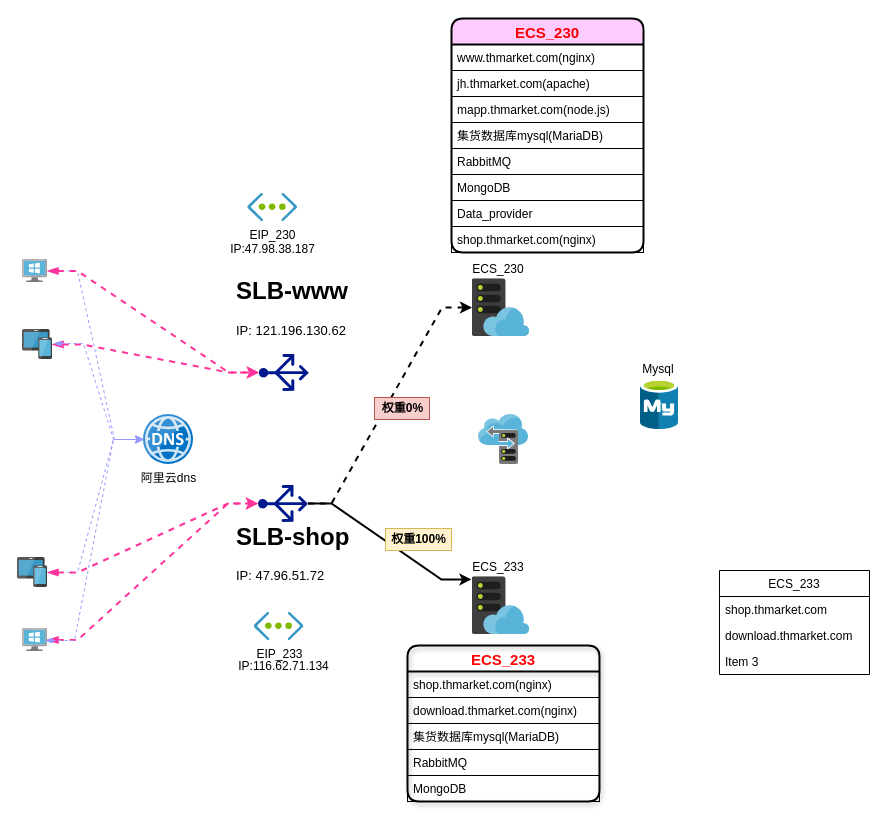
This is draw-Files/Untitled Diagram.drawio from zhml8951/tianhuan, a draw.io file, before an edit. Source tidied: cells renumbered, new cells numbered last; positions are measured from the earlier drawing's top-left corner, leaving out a move shared by most shapes. Both pictures are drawn from the tidied source at 100%, with x=0, y=0 at pixel (17, 18).
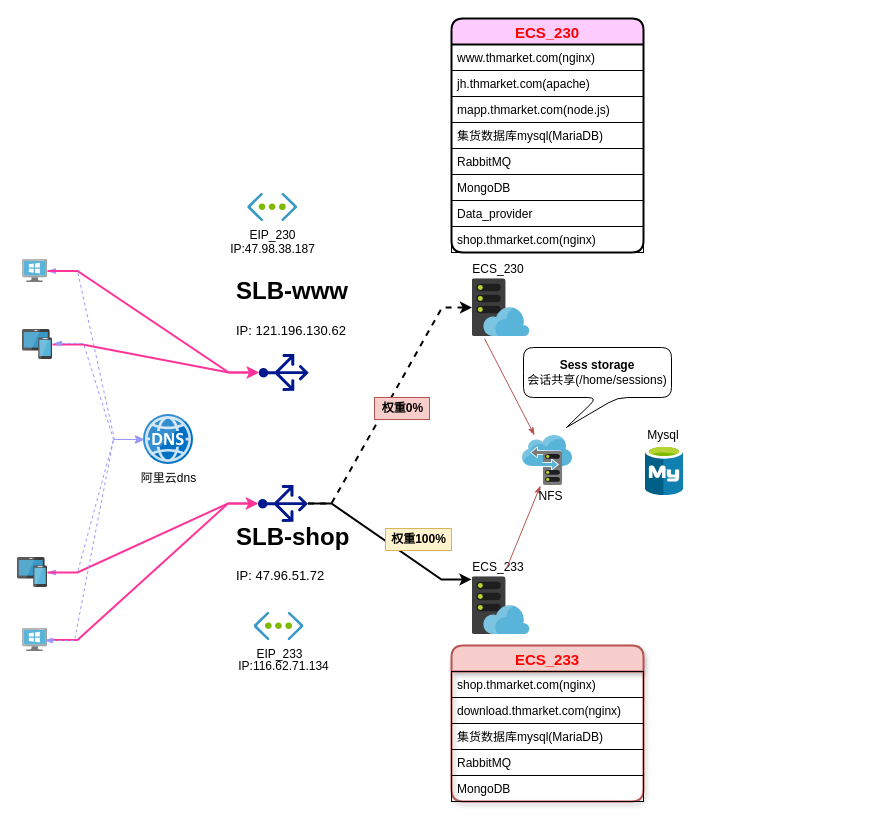
After the change.

The change refers to these unchanged cells:
```xml
<mxCell id="3" style="html=1;points=[];align=center;image;fontSize=12;image=img/lib/mscae/WebHosting.svg;" parent="2" vertex="1">
  <mxGeometry x="7" y="19.2" width="57.8" height="57.8" as="geometry" />
</mxCell>
<mxCell id="10" style="shadow=0;dashed=0;html=1;strokeColor=none;labelPosition=center;verticalLabelPosition=bottom;verticalAlign=top;align=center;fillColor=#00188D;shape=mxgraph.azure.load_balancer_generic;rounded=1;glass=0;comic=0;labelBackgroundColor=none;fontSize=15;fontColor=#FF0000;rotation=-90;" parent="1" vertex="1">
  <mxGeometry x="247" y="460" width="37" height="50" as="geometry" />
</mxCell>
<mxCell id="15" style="shadow=0;dashed=0;html=1;strokeColor=none;labelPosition=center;verticalLabelPosition=bottom;verticalAlign=top;align=center;fillColor=#00188D;shape=mxgraph.azure.load_balancer_generic;rounded=1;glass=0;comic=0;labelBackgroundColor=none;fontSize=15;fontColor=#FF0000;rotation=-90;" parent="1" vertex="1">
  <mxGeometry x="247.8" y="329" width="37" height="50" as="geometry" />
</mxCell>
<mxCell id="30" style="html=1;points=[];align=center;image;fontSize=12;image=img/lib/mscae/VirtualMachineWindows.svg;" parent="1" vertex="1">
  <mxGeometry x="5" y="241" width="25" height="23" as="geometry" />
</mxCell>
<mxCell id="32" style="html=1;points=[];align=center;image;fontSize=12;image=img/lib/mscae/Devices_Groups.svg;" parent="1" vertex="1">
  <mxGeometry x="5" y="311" width="30" height="30" as="geometry" />
</mxCell>
<mxCell id="34" style="html=1;points=[];align=center;image;fontSize=12;image=img/lib/mscae/VirtualMachineWindows.svg;" parent="1" vertex="1">
  <mxGeometry x="5" y="610" width="25" height="23" as="geometry" />
</mxCell>
<mxCell id="37" style="html=1;points=[];align=center;image;fontSize=12;image=img/lib/mscae/Devices_Groups.svg;" parent="1" vertex="1">
  <mxGeometry y="539" width="30" height="30" as="geometry" />
</mxCell>
```

The edit, as a diff of the source:
```diff
@@
     <mxCell id="5" style="group;" parent="1" vertex="1">
-      <mxGeometry x="621" y="341" width="40" height="70" as="geometry" />
+      <mxGeometry x="626" y="407" width="40" height="70" as="geometry" />
     </mxCell>
@@
-    <mxCell id="18" value="ECS_233" style="swimlane;fontStyle=0;horizontal=1;startSize=26;fillColor=none;" parent="1" vertex="1">
-      <mxGeometry x="702" y="552" width="150" height="104" as="geometry" />
-    </mxCell>
-    <mxCell id="19" value="shop.thmarket.com" style="text;strokeColor=none;fillColor=none;align=left;verticalAlign=top;spacingLeft=4;spacingRight=4;overflow=hidden;" parent="18" vertex="1">
-      <mxGeometry y="26" width="150" height="26" as="geometry" />
-    </mxCell>
-    <mxCell id="20" value="download.thmarket.com" style="text;strokeColor=none;fillColor=none;align=left;verticalAlign=top;spacingLeft=4;spacingRight=4;overflow=hidden;" parent="18" vertex="1">
-      <mxGeometry y="52" width="150" height="26" as="geometry" />
-    </mxCell>
-    <mxCell id="21" value="Item 3" style="text;strokeColor=none;fillColor=none;align=left;verticalAlign=top;spacingLeft=4;spacingRight=4;overflow=hidden;" parent="18" vertex="1">
-      <mxGeometry y="78" width="150" height="26" as="geometry" />
-    </mxCell>
-    <mxCell id="22" value="ECS_233" style="swimlane;fontStyle=1;horizontal=1;startSize=26;fillColor=none;rounded=1;glass=0;shadow=1;comic=0;strokeWidth=2;swimlaneFillColor=none;fontColor=#FF0000;fontSize=15;" parent="1" vertex="1">
-      <mxGeometry x="390" y="627" width="192" height="156" as="geometry" />
-    </mxCell>
-    <mxCell id="23" value="shop.thmarket.com(nginx)" style="text;strokeColor=#000000;fillColor=none;align=left;verticalAlign=top;spacingLeft=4;spacingRight=4;overflow=hidden;labelBorderColor=none;labelBackgroundColor=none;" parent="22" vertex="1">
-      <mxGeometry y="26" width="192" height="26" as="geometry" />
-    </mxCell>
-    <mxCell id="24" value="download.thmarket.com(nginx)" style="text;strokeColor=#000000;fillColor=none;align=left;verticalAlign=top;spacingLeft=4;spacingRight=4;overflow=hidden;" parent="22" vertex="1">
-      <mxGeometry y="52" width="192" height="26" as="geometry" />
-    </mxCell>
-    <mxCell id="25" value="集货数据库mysql(MariaDB)" style="text;strokeColor=#000000;fillColor=none;align=left;verticalAlign=top;spacingLeft=4;spacingRight=4;overflow=hidden;" parent="22" vertex="1">
-      <mxGeometry y="78" width="192" height="26" as="geometry" />
-    </mxCell>
-    <mxCell id="26" value="RabbitMQ" style="text;strokeColor=#000000;fillColor=none;align=left;verticalAlign=top;spacingLeft=4;spacingRight=4;overflow=hidden;" parent="22" vertex="1">
-      <mxGeometry y="104" width="192" height="26" as="geometry" />
-    </mxCell>
-    <mxCell id="27" value="MongoDB" style="text;strokeColor=#000000;fillColor=none;align=left;verticalAlign=top;spacingLeft=4;spacingRight=4;overflow=hidden;" parent="22" vertex="1">
-      <mxGeometry y="130" width="192" height="26" as="geometry" />
-    </mxCell>
@@
-    <mxCell id="29" style="edgeStyle=entityRelationEdgeStyle;rounded=0;jettySize=auto;html=1;entryX=0.5;entryY=0;entryDx=0;entryDy=0;entryPerimeter=0;dashed=1;startArrow=blockThin;startFill=1;strokeWidth=2;strokeColor=#FF3399;" parent="1" edge="1" source="30" target="15">
+    <mxCell id="29" style="edgeStyle=entityRelationEdgeStyle;rounded=0;jettySize=auto;html=1;entryX=0.5;entryY=0;entryDx=0;entryDy=0;entryPerimeter=0;startArrow=none;startFill=0;strokeWidth=2;strokeColor=#FF3399;" parent="1" edge="1" source="30" target="15">
       <mxGeometry relative="1" as="geometry" />
     </mxCell>
@@
-    <mxCell id="31" style="edgeStyle=entityRelationEdgeStyle;rounded=0;jettySize=auto;html=1;entryX=0.5;entryY=0;entryDx=0;entryDy=0;entryPerimeter=0;dashed=1;startArrow=blockThin;startFill=1;strokeWidth=2;strokeColor=#FF3399;" parent="1" edge="1" source="32" target="15">
+    <mxCell id="31" style="edgeStyle=entityRelationEdgeStyle;rounded=0;jettySize=auto;html=1;entryX=0.5;entryY=0;entryDx=0;entryDy=0;entryPerimeter=0;startArrow=none;startFill=0;strokeWidth=2;strokeColor=#FF3399;" parent="1" edge="1" source="32" target="15">
       <mxGeometry relative="1" as="geometry" />
     </mxCell>
@@
-    <mxCell id="33" style="edgeStyle=entityRelationEdgeStyle;rounded=0;jettySize=auto;html=1;entryX=0.5;entryY=0;entryDx=0;entryDy=0;dashed=1;startArrow=blockThin;startFill=1;strokeWidth=2;strokeColor=#FF3399;entryPerimeter=0;" parent="1" edge="1" source="34" target="10">
+    <mxCell id="33" style="edgeStyle=entityRelationEdgeStyle;rounded=0;jettySize=auto;html=1;entryX=0.5;entryY=0;entryDx=0;entryDy=0;startArrow=none;startFill=0;strokeWidth=2;strokeColor=#FF3399;entryPerimeter=0;" parent="1" edge="1" source="34" target="10">
       <mxGeometry relative="1" as="geometry" />
     </mxCell>
@@
-    <mxCell id="36" style="edgeStyle=entityRelationEdgeStyle;rounded=0;jettySize=auto;html=1;dashed=1;startArrow=blockThin;startFill=1;strokeWidth=2;strokeColor=#FF3399;entryX=0.5;entryY=0;entryDx=0;entryDy=0;entryPerimeter=0;" parent="1" edge="1" source="37" target="10">
+    <mxCell id="36" style="edgeStyle=entityRelationEdgeStyle;rounded=0;jettySize=auto;html=1;startArrow=none;startFill=0;strokeWidth=2;strokeColor=#FF3399;entryX=0.5;entryY=0;entryDx=0;entryDy=0;entryPerimeter=0;" parent="1" edge="1" source="37" target="10">
       <mxGeometry relative="1" as="geometry" />
     </mxCell>
@@
+    <mxCell id="58" style="edgeStyle=none;rounded=0;jettySize=auto;html=1;startArrow=classicThin;startFill=1;strokeColor=#b85450;strokeWidth=1;endArrow=none;endFill=0;exitX=0.36;exitY=1;exitDx=0;exitDy=0;exitPerimeter=0;fillColor=#f8cecc;" parent="1" edge="1" source="46">
+      <mxGeometry relative="1" as="geometry">
+        <mxPoint x="489" y="550" as="targetPoint" />
+      </mxGeometry>
+    </mxCell>
+    <mxCell id="59" style="edgeStyle=none;rounded=0;jettySize=auto;html=1;startArrow=classicThin;startFill=1;strokeColor=#b85450;strokeWidth=1;endArrow=none;endFill=0;entryX=0.216;entryY=1.035;entryDx=0;entryDy=0;entryPerimeter=0;fillColor=#f8cecc;" parent="1" edge="1" source="46" target="3">
+      <mxGeometry relative="1" as="geometry" />
+    </mxCell>
     <mxCell id="46" style="html=1;points=[];align=center;image;fontSize=12;image=img/lib/mscae/Storage_sync_service.svg;" parent="1" vertex="1">
-      <mxGeometry x="461" y="396" width="50" height="50" as="geometry" />
+      <mxGeometry x="505" y="417" width="50" height="50" as="geometry" />
     </mxCell>
@@
+    <mxCell id="22" value="ECS_233" style="swimlane;fontStyle=1;horizontal=1;startSize=26;fillColor=#f8cecc;rounded=1;glass=0;shadow=1;comic=0;strokeWidth=2;swimlaneFillColor=none;fontSize=15;strokeColor=#b85450;fontColor=#FF0000;" parent="1" vertex="1">
+      <mxGeometry x="434" y="627" width="192" height="156" as="geometry" />
+    </mxCell>
+    <mxCell id="23" value="shop.thmarket.com(nginx)" style="text;strokeColor=#000000;fillColor=none;align=left;verticalAlign=top;spacingLeft=4;spacingRight=4;overflow=hidden;labelBorderColor=none;labelBackgroundColor=none;" parent="22" vertex="1">
+      <mxGeometry y="26" width="192" height="26" as="geometry" />
+    </mxCell>
+    <mxCell id="24" value="download.thmarket.com(nginx)" style="text;strokeColor=#000000;fillColor=none;align=left;verticalAlign=top;spacingLeft=4;spacingRight=4;overflow=hidden;" parent="22" vertex="1">
+      <mxGeometry y="52" width="192" height="26" as="geometry" />
+    </mxCell>
+    <mxCell id="25" value="集货数据库mysql(MariaDB)" style="text;strokeColor=#000000;fillColor=none;align=left;verticalAlign=top;spacingLeft=4;spacingRight=4;overflow=hidden;" parent="22" vertex="1">
+      <mxGeometry y="78" width="192" height="26" as="geometry" />
+    </mxCell>
+    <mxCell id="26" value="RabbitMQ" style="text;strokeColor=#000000;fillColor=none;align=left;verticalAlign=top;spacingLeft=4;spacingRight=4;overflow=hidden;" parent="22" vertex="1">
+      <mxGeometry y="104" width="192" height="26" as="geometry" />
+    </mxCell>
+    <mxCell id="27" value="MongoDB" style="text;strokeColor=#000000;fillColor=none;align=left;verticalAlign=top;spacingLeft=4;spacingRight=4;overflow=hidden;" parent="22" vertex="1">
+      <mxGeometry y="130" width="192" height="26" as="geometry" />
+    </mxCell>
+    <mxCell id="60" value="NFS" style="text;html=1;align=center;verticalAlign=middle;" parent="1" vertex="1">
+      <mxGeometry x="511" y="467" width="44" height="22" as="geometry" />
+    </mxCell>
+    <mxCell id="61" value="&lt;div&gt;&lt;b&gt;Sess storage&lt;/b&gt;&lt;/div&gt;&lt;div&gt;会话共享(/home/sessions)&lt;br&gt;&lt;/div&gt;" style="shape=callout;whiteSpace=wrap;html=1;perimeter=calloutPerimeter;rounded=1;shadow=0;glass=0;comic=0;fillColor=none;gradientColor=none;position2=0.29;" parent="1" vertex="1">
+      <mxGeometry x="506" y="329" width="148" height="80" as="geometry" />
+    </mxCell>
```
